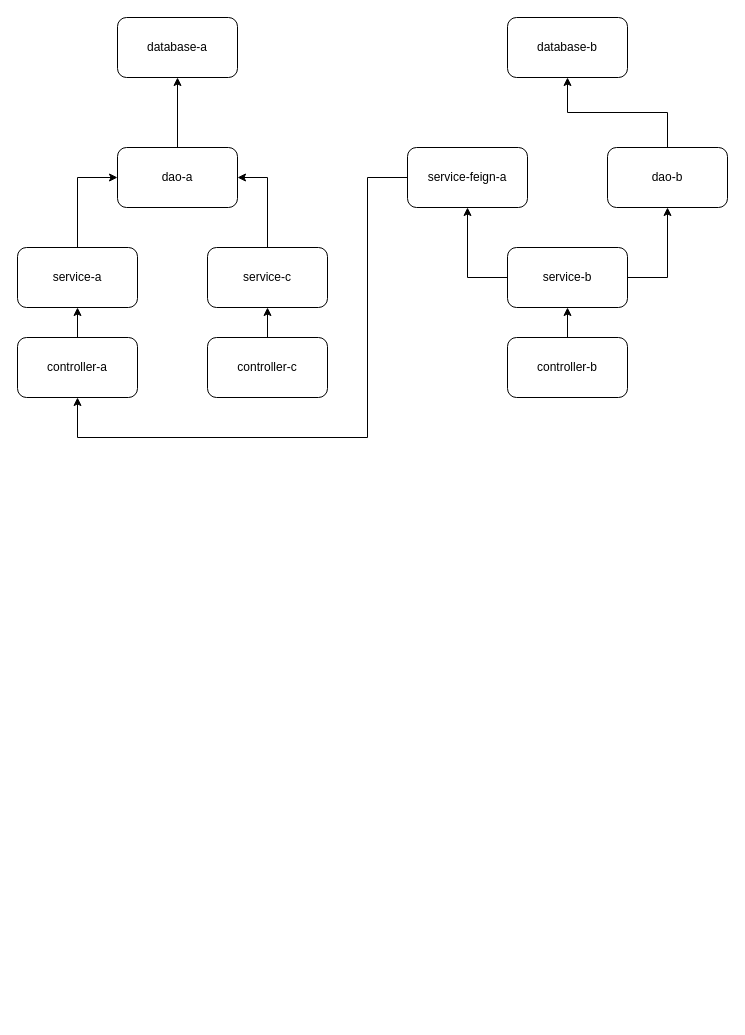
Above: 模块设计图.drawio in codeyunze/drawio (draw.io), before the change. Source tidied: cells renumbered, new cells numbered last; positions are measured from the earlier drawing's top-left corner, leaving out a move shared by most shapes. Both pictures are drawn from the tidied source at 100%, with x=0, y=0 at pixel (17, 17).
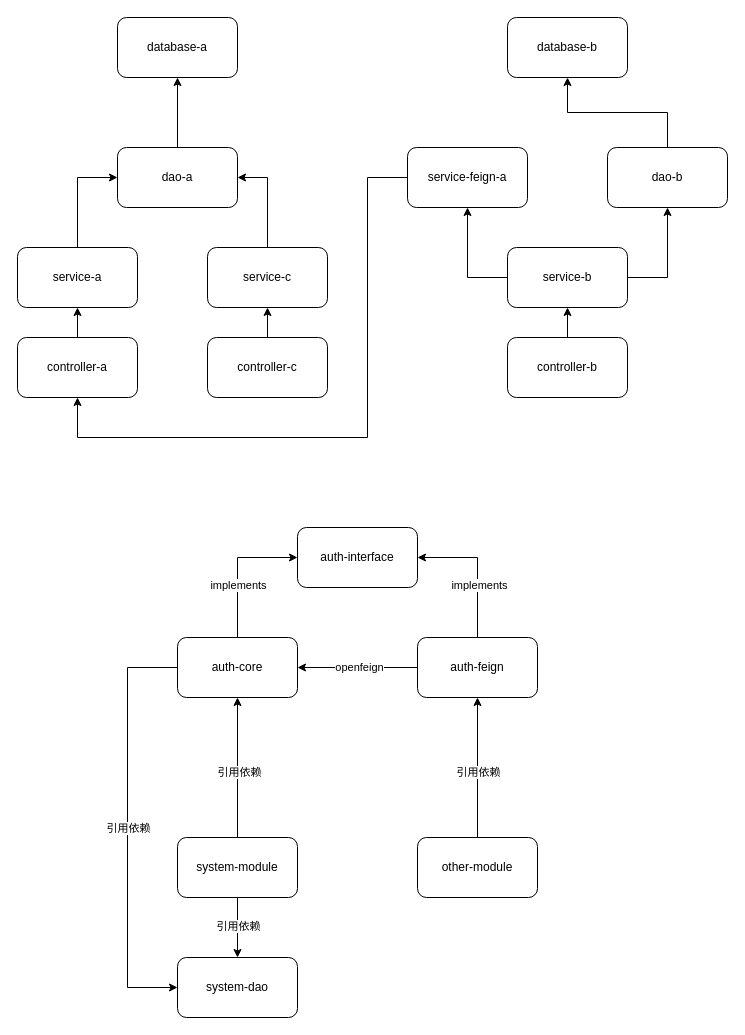
The same page after the edit.

Commit message:
更新模块设计图.drawio

Diff of the diagram source:
```diff
@@
+    <mxCell id="23" value="&lt;span style=&quot;background-color: transparent; color: light-dark(rgb(0, 0, 0), rgb(255, 255, 255));&quot;&gt;auth-interface&lt;/span&gt;" style="rounded=1;whiteSpace=wrap;html=1;" parent="1" vertex="1">
+      <mxGeometry x="280" y="510" width="120" height="60" as="geometry" />
+    </mxCell>
+    <mxCell id="24" style="edgeStyle=orthogonalEdgeStyle;rounded=0;jettySize=auto;html=1;exitX=0.5;exitY=0;exitDx=0;exitDy=0;entryX=0;entryY=0.5;entryDx=0;entryDy=0;" parent="1" edge="1" source="28" target="23">
+      <mxGeometry relative="1" as="geometry" />
+    </mxCell>
+    <mxCell id="25" value="implements" style="edgeLabel;html=1;align=center;verticalAlign=middle;" parent="24" vertex="1">
+      <mxGeometry x="-0.25" relative="1" as="geometry" />
+    </mxCell>
+    <mxCell id="26" style="edgeStyle=orthogonalEdgeStyle;rounded=0;jettySize=auto;html=1;exitX=0;exitY=0.5;exitDx=0;exitDy=0;entryX=0;entryY=0.5;entryDx=0;entryDy=0;" parent="1" edge="1" source="28" target="42">
+      <mxGeometry relative="1" as="geometry">
+        <Array as="points">
+          <mxPoint x="110" y="650" />
+          <mxPoint x="110" y="970" />
+        </Array>
+      </mxGeometry>
+    </mxCell>
+    <mxCell id="27" value="引用依赖" style="edgeLabel;html=1;align=center;verticalAlign=middle;" parent="26" vertex="1">
+      <mxGeometry relative="1" as="geometry" />
+    </mxCell>
+    <mxCell id="28" value="&lt;span style=&quot;background-color: transparent; color: light-dark(rgb(0, 0, 0), rgb(255, 255, 255));&quot;&gt;auth-core&lt;/span&gt;" style="rounded=1;whiteSpace=wrap;html=1;" parent="1" vertex="1">
+      <mxGeometry x="160" y="620" width="120" height="60" as="geometry" />
+    </mxCell>
+    <mxCell id="29" style="edgeStyle=orthogonalEdgeStyle;rounded=0;jettySize=auto;html=1;exitX=0.5;exitY=0;exitDx=0;exitDy=0;entryX=1;entryY=0.5;entryDx=0;entryDy=0;" parent="1" edge="1" source="33" target="23">
+      <mxGeometry relative="1" as="geometry" />
+    </mxCell>
+    <mxCell id="30" value="implements" style="edgeLabel;html=1;align=center;verticalAlign=middle;" parent="29" vertex="1">
+      <mxGeometry x="-0.24" y="-1" relative="1" as="geometry" />
+    </mxCell>
+    <mxCell id="31" style="edgeStyle=orthogonalEdgeStyle;rounded=0;jettySize=auto;html=1;exitX=0;exitY=0.5;exitDx=0;exitDy=0;entryX=1;entryY=0.5;entryDx=0;entryDy=0;" parent="1" edge="1" source="33" target="28">
+      <mxGeometry relative="1" as="geometry" />
+    </mxCell>
+    <mxCell id="32" value="openfeign" style="edgeLabel;html=1;align=center;verticalAlign=middle;" parent="31" vertex="1">
+      <mxGeometry x="-0.01" y="-1" relative="1" as="geometry" />
+    </mxCell>
+    <mxCell id="33" value="&lt;span style=&quot;background-color: transparent; color: light-dark(rgb(0, 0, 0), rgb(255, 255, 255));&quot;&gt;auth-feign&lt;/span&gt;" style="rounded=1;whiteSpace=wrap;html=1;" parent="1" vertex="1">
+      <mxGeometry x="400" y="620" width="120" height="60" as="geometry" />
+    </mxCell>
+    <mxCell id="34" style="edgeStyle=orthogonalEdgeStyle;rounded=0;jettySize=auto;html=1;exitX=0.5;exitY=0;exitDx=0;exitDy=0;" parent="1" edge="1" source="38" target="28">
+      <mxGeometry relative="1" as="geometry" />
+    </mxCell>
+    <mxCell id="35" value="引用依赖" style="edgeLabel;html=1;align=center;verticalAlign=middle;" parent="34" vertex="1">
+      <mxGeometry x="-0.06" y="-1" relative="1" as="geometry" />
+    </mxCell>
+    <mxCell id="36" style="edgeStyle=orthogonalEdgeStyle;rounded=0;jettySize=auto;html=1;exitX=0.5;exitY=1;exitDx=0;exitDy=0;" parent="1" edge="1" source="38" target="42">
+      <mxGeometry relative="1" as="geometry" />
+    </mxCell>
+    <mxCell id="37" value="引用依赖" style="edgeLabel;html=1;align=center;verticalAlign=middle;" parent="36" vertex="1">
+      <mxGeometry x="-0.07" relative="1" as="geometry" />
+    </mxCell>
+    <mxCell id="38" value="&lt;span style=&quot;background-color: transparent; color: light-dark(rgb(0, 0, 0), rgb(255, 255, 255));&quot;&gt;system-module&lt;/span&gt;" style="rounded=1;whiteSpace=wrap;html=1;" parent="1" vertex="1">
+      <mxGeometry x="160" y="820" width="120" height="60" as="geometry" />
+    </mxCell>
+    <mxCell id="39" style="edgeStyle=orthogonalEdgeStyle;rounded=0;jettySize=auto;html=1;exitX=0.5;exitY=0;exitDx=0;exitDy=0;entryX=0.5;entryY=1;entryDx=0;entryDy=0;" parent="1" edge="1" source="41" target="33">
+      <mxGeometry relative="1" as="geometry" />
+    </mxCell>
+    <mxCell id="40" value="引用依赖" style="edgeLabel;html=1;align=center;verticalAlign=middle;" parent="39" vertex="1">
+      <mxGeometry x="-0.06" relative="1" as="geometry" />
+    </mxCell>
+    <mxCell id="41" value="&lt;span style=&quot;background-color: transparent; color: light-dark(rgb(0, 0, 0), rgb(255, 255, 255));&quot;&gt;other&lt;/span&gt;&lt;span style=&quot;background-color: transparent; color: light-dark(rgb(0, 0, 0), rgb(255, 255, 255));&quot;&gt;-module&lt;/span&gt;" style="rounded=1;whiteSpace=wrap;html=1;" parent="1" vertex="1">
+      <mxGeometry x="400" y="820" width="120" height="60" as="geometry" />
+    </mxCell>
+    <mxCell id="42" value="&lt;span style=&quot;background-color: transparent; color: light-dark(rgb(0, 0, 0), rgb(255, 255, 255));&quot;&gt;system-dao&lt;/span&gt;" style="rounded=1;whiteSpace=wrap;html=1;" parent="1" vertex="1">
+      <mxGeometry x="160" y="940" width="120" height="60" as="geometry" />
+    </mxCell>
```
